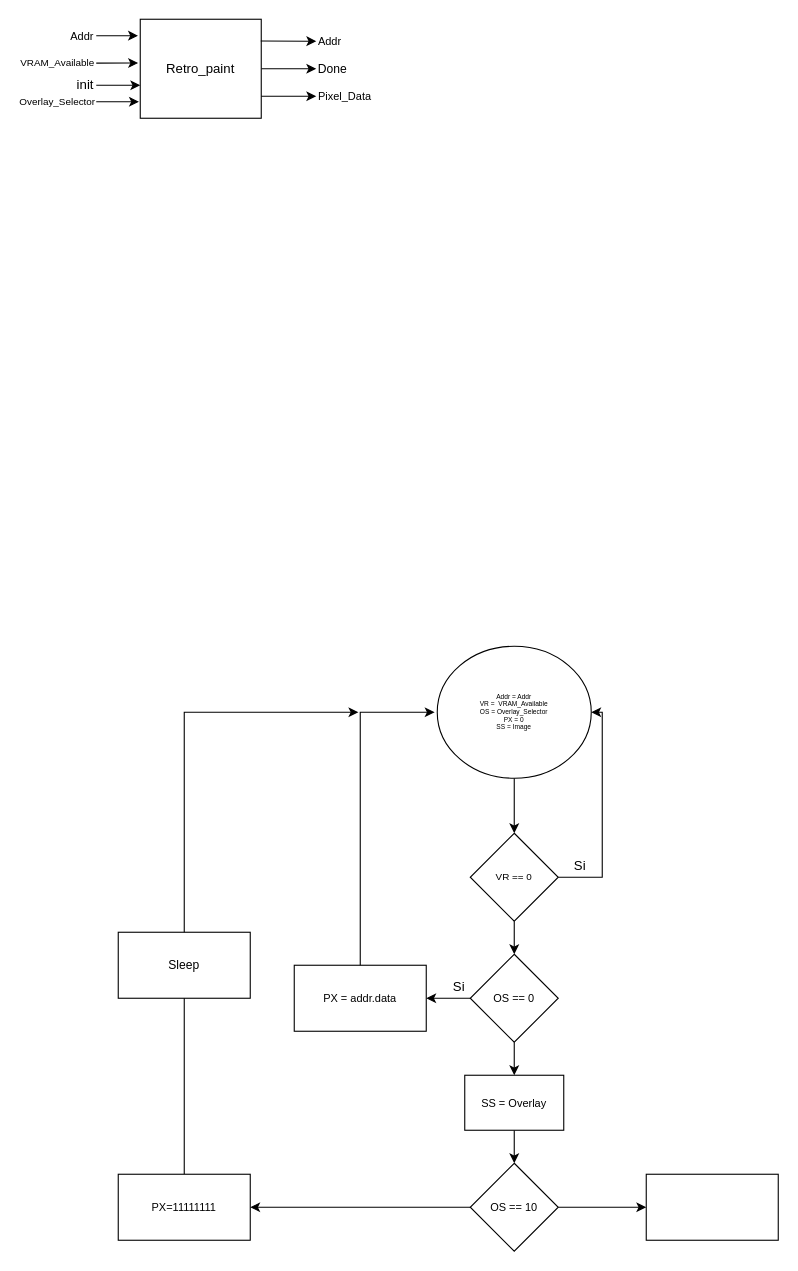
The draw.io diagram retro_paint/rtl/raw_implementation/retro_paint_ASM/diagrams/retro_paint.drawio in safehehe/PTSD1, before the edit. Source tidied: cells renumbered, new cells numbered last; positions are measured from the earlier drawing's top-left corner, leaving out a move shared by most shapes. Both pictures are drawn from the tidied source at 110%, with x=0, y=0 at pixel (19, 19).
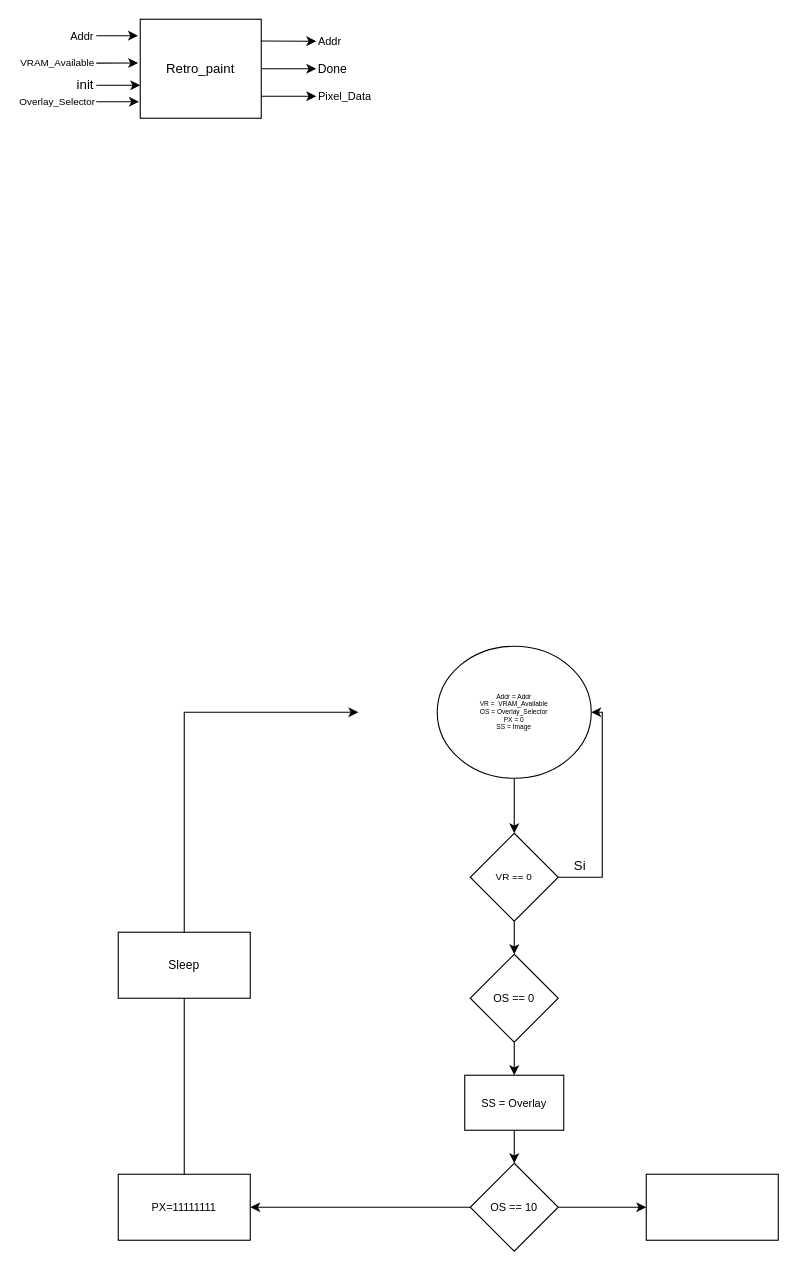
The same diagram, later.

The change refers to these unchanged cells:
```xml
<mxCell id="15" value="Addr = Addr&lt;div&gt;VR =&amp;nbsp; VRAM_Available&lt;/div&gt;&lt;div&gt;OS = Overlay_Selector&lt;/div&gt;&lt;div&gt;PX = 0&lt;/div&gt;&lt;div&gt;SS = Image&lt;/div&gt;" style="ellipse;whiteSpace=wrap;html=1;fontSize=6;" parent="1" vertex="1">
  <mxGeometry x="380" y="570" width="140" height="120" as="geometry" />
</mxCell>
<mxCell id="26" value="&lt;font size=&quot;1&quot;&gt;OS == 0&lt;/font&gt;" style="rhombus;whiteSpace=wrap;html=1;" parent="1" vertex="1">
  <mxGeometry x="410" y="850" width="80" height="80" as="geometry" />
</mxCell>
<mxCell id="35" value="&lt;font size=&quot;1&quot;&gt;PX=11111111&lt;/font&gt;" style="whiteSpace=wrap;html=1;" parent="1" vertex="1">
  <mxGeometry x="90" y="1050" width="120" height="60" as="geometry" />
</mxCell>
```

Diff of the diagram source:
```diff
@@
-    <mxCell id="23" value="PX = addr.data" style="rounded=0;whiteSpace=wrap;html=1;fontSize=10;" parent="1" vertex="1">
-      <mxGeometry x="250" y="860" width="120" height="60" as="geometry" />
-    </mxCell>
-    <mxCell id="24" style="edgeStyle=none;html=1;entryX=1;entryY=0.5;entryDx=0;entryDy=0;" parent="1" edge="1" source="26" target="23">
-      <mxGeometry relative="1" as="geometry" />
-    </mxCell>
@@
-    <mxCell id="27" value="Si" style="text;html=1;align=center;verticalAlign=middle;whiteSpace=wrap;rounded=0;" parent="1" vertex="1">
-      <mxGeometry x="380" y="870" width="40" height="20" as="geometry" />
-    </mxCell>
-    <mxCell id="28" style="edgeStyle=none;html=1;rounded=0;curved=0;entryX=-0.017;entryY=0.5;entryDx=0;entryDy=0;entryPerimeter=0;" parent="1" edge="1" source="23" target="15">
-      <mxGeometry relative="1" as="geometry">
-        <Array as="points">
-          <mxPoint x="310" y="630" />
-        </Array>
-      </mxGeometry>
-    </mxCell>
@@
-    <mxCell id="34" style="edgeStyle=none;html=1;entryX=-0.025;entryY=0;entryDx=0;entryDy=0;entryPerimeter=0;rounded=0;curved=0;" parent="1" edge="1" source="35" target="28">
+    <mxCell id="34" style="edgeStyle=none;html=1;entryX=-0.025;entryY=0;entryDx=0;entryDy=0;entryPerimeter=0;rounded=0;curved=0;" parent="1" edge="1" source="35">
       <mxGeometry relative="1" as="geometry">
+        <mxPoint x="308.3" y="630" as="targetPoint" />
         <Array as="points">
           <mxPoint x="150" y="630" />
         </Array>
       </mxGeometry>
     </mxCell>
```
